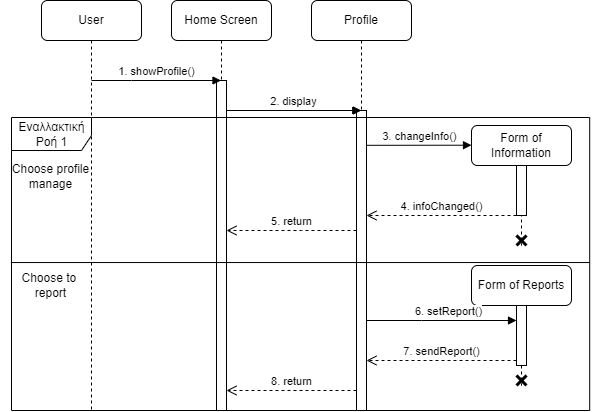
Before: Sequence Diagrams/Images/sequence profile.drawio.png, a diagram exported from draw.io (DamiMikonos/Software-Engineering). Source tidied: cells renumbered, new cells last; positions are measured from the earlier drawing's top-left corner, leaving out a move shared by most shapes. The source it was exported from:
```xml
<mxGraphModel>
  <root>
    <mxCell id="0" />
    <mxCell id="1" parent="0" />
    <mxCell id="2" value="User" style="shape=umlLifeline;perimeter=lifelinePerimeter;whiteSpace=wrap;html=1;newEdgeStyle={&quot;edgeStyle&quot;:&quot;elbowEdgeStyle&quot;,&quot;elbow&quot;:&quot;vertical&quot;,&quot;curved&quot;:0,&quot;rounded&quot;:0};rounded=1;" parent="1" vertex="1">
      <mxGeometry x="41" width="100" height="410" as="geometry" />
    </mxCell>
    <mxCell id="3" value="Home Screen" style="shape=umlLifeline;perimeter=lifelinePerimeter;whiteSpace=wrap;html=1;outlineConnect=0;portConstraint=eastwest;newEdgeStyle={&quot;edgeStyle&quot;:&quot;elbowEdgeStyle&quot;,&quot;elbow&quot;:&quot;vertical&quot;,&quot;curved&quot;:0,&quot;rounded&quot;:0};rounded=1;" parent="1" vertex="1">
      <mxGeometry x="171" width="100" height="410" as="geometry" />
    </mxCell>
    <mxCell id="4" style="html=1;points=[];perimeter=orthogonalPerimeter;outlineConnect=0;targetShapes=umlLifeline;portConstraint=eastwest;newEdgeStyle={&quot;edgeStyle&quot;:&quot;elbowEdgeStyle&quot;,&quot;elbow&quot;:&quot;vertical&quot;,&quot;curved&quot;:0,&quot;rounded&quot;:0};" parent="3" vertex="1">
      <mxGeometry x="45" y="80" width="10" height="330" as="geometry" />
    </mxCell>
    <mxCell id="5" value="Profile" style="shape=umlLifeline;perimeter=lifelinePerimeter;whiteSpace=wrap;html=1;outlineConnect=0;portConstraint=eastwest;newEdgeStyle={&quot;edgeStyle&quot;:&quot;elbowEdgeStyle&quot;,&quot;elbow&quot;:&quot;vertical&quot;,&quot;curved&quot;:0,&quot;rounded&quot;:0};rounded=1;" parent="1" vertex="1">
      <mxGeometry x="311" width="100" height="410" as="geometry" />
    </mxCell>
    <mxCell id="6" style="html=1;points=[];perimeter=orthogonalPerimeter;outlineConnect=0;targetShapes=umlLifeline;portConstraint=eastwest;newEdgeStyle={&quot;edgeStyle&quot;:&quot;elbowEdgeStyle&quot;,&quot;elbow&quot;:&quot;vertical&quot;,&quot;curved&quot;:0,&quot;rounded&quot;:0};" parent="5" vertex="1">
      <mxGeometry x="45" y="110" width="10" height="300" as="geometry" />
    </mxCell>
    <mxCell id="7" value="1. showProfile()" style="html=1;verticalAlign=bottom;endArrow=block;edgeStyle=elbowEdgeStyle;elbow=vertical;curved=0;rounded=0;" parent="1" edge="1" target="3">
      <mxGeometry relative="1" as="geometry">
        <mxPoint x="91" y="80" as="sourcePoint" />
      </mxGeometry>
    </mxCell>
    <mxCell id="8" value="2. display" style="html=1;verticalAlign=bottom;endArrow=block;edgeStyle=elbowEdgeStyle;elbow=vertical;curved=0;rounded=0;" parent="1" edge="1" source="4" target="5">
      <mxGeometry relative="1" as="geometry">
        <Array as="points">
          <mxPoint x="261" y="110" />
        </Array>
      </mxGeometry>
    </mxCell>
    <mxCell id="9" value="3. changeInfo()" style="html=1;verticalAlign=bottom;endArrow=block;edgeStyle=elbowEdgeStyle;elbow=vertical;curved=0;rounded=0;" parent="1" edge="1">
      <mxGeometry relative="1" as="geometry">
        <mxPoint x="366" y="144.8" as="sourcePoint" />
        <mxPoint x="471" y="145" as="targetPoint" />
      </mxGeometry>
    </mxCell>
    <mxCell id="10" value="Form of Information" style="shape=umlLifeline;perimeter=lifelinePerimeter;whiteSpace=wrap;html=1;newEdgeStyle={&quot;edgeStyle&quot;:&quot;elbowEdgeStyle&quot;,&quot;elbow&quot;:&quot;vertical&quot;,&quot;curved&quot;:0,&quot;rounded&quot;:0};rounded=1;" parent="1" vertex="1">
      <mxGeometry x="471" y="125" width="100" height="120" as="geometry" />
    </mxCell>
    <mxCell id="11" style="html=1;points=[];perimeter=orthogonalPerimeter;outlineConnect=0;targetShapes=umlLifeline;portConstraint=eastwest;newEdgeStyle={&quot;edgeStyle&quot;:&quot;elbowEdgeStyle&quot;,&quot;elbow&quot;:&quot;vertical&quot;,&quot;curved&quot;:0,&quot;rounded&quot;:0};" parent="10" vertex="1">
      <mxGeometry x="45" y="40" width="10" height="50" as="geometry" />
    </mxCell>
    <mxCell id="12" style="shape=umlDestroy;whiteSpace=wrap;html=1;strokeWidth=3;targetShapes=umlLifeline;" parent="10" vertex="1">
      <mxGeometry x="45" y="110" width="10" height="10" as="geometry" />
    </mxCell>
    <mxCell id="13" value="4. infoChanged()" style="html=1;verticalAlign=bottom;endArrow=open;dashed=1;endSize=8;edgeStyle=elbowEdgeStyle;elbow=vertical;curved=0;rounded=0;" parent="1" edge="1" source="11">
      <mxGeometry relative="1" as="geometry">
        <mxPoint x="366" y="215" as="targetPoint" />
        <Array as="points">
          <mxPoint x="481" y="215" />
        </Array>
      </mxGeometry>
    </mxCell>
    <mxCell id="14" value="5. return" style="html=1;verticalAlign=bottom;endArrow=open;dashed=1;endSize=8;edgeStyle=elbowEdgeStyle;elbow=vertical;curved=0;rounded=0;" parent="1" edge="1" source="6" target="4">
      <mxGeometry relative="1" as="geometry">
        <Array as="points">
          <mxPoint x="301" y="230" />
        </Array>
      </mxGeometry>
    </mxCell>
    <mxCell id="15" value="Εναλλακτική Ροή 1" style="shape=umlFrame;whiteSpace=wrap;html=1;width=80;height=33;" parent="1" vertex="1">
      <mxGeometry x="11" y="117" width="578.2" height="293" as="geometry" />
    </mxCell>
    <mxCell id="16" style="endArrow=none;html=1;rounded=0;exitX=-0.001;exitY=0.495;exitDx=0;exitDy=0;exitPerimeter=0;entryX=1;entryY=0.495;entryDx=0;entryDy=0;entryPerimeter=0;" parent="1" edge="1" source="15" target="15">
      <mxGeometry relative="1" as="geometry" />
    </mxCell>
    <mxCell id="17" value="Choose profile&lt;br&gt;manage" style="text;html=1;align=center;verticalAlign=middle;strokeColor=none;fillColor=none;" parent="1" vertex="1">
      <mxGeometry y="156" width="100" height="40" as="geometry" />
    </mxCell>
    <mxCell id="18" value="Choose to&amp;nbsp;&lt;br&gt;report" style="text;html=1;align=center;verticalAlign=middle;strokeColor=none;fillColor=none;" parent="1" vertex="1">
      <mxGeometry x="10" y="265" width="80" height="40" as="geometry" />
    </mxCell>
    <mxCell id="19" value="2. display" style="html=1;verticalAlign=bottom;endArrow=block;edgeStyle=elbowEdgeStyle;elbow=vertical;curved=0;rounded=0;" parent="1" edge="1" source="4" target="5">
      <mxGeometry relative="1" as="geometry">
        <Array as="points">
          <mxPoint x="301" y="110" />
          <mxPoint x="261" y="110" />
        </Array>
      </mxGeometry>
    </mxCell>
    <mxCell id="20" value="Form of Reports" style="shape=umlLifeline;perimeter=lifelinePerimeter;whiteSpace=wrap;html=1;newEdgeStyle={&quot;edgeStyle&quot;:&quot;elbowEdgeStyle&quot;,&quot;elbow&quot;:&quot;vertical&quot;,&quot;curved&quot;:0,&quot;rounded&quot;:0};rounded=1;" parent="1" vertex="1">
      <mxGeometry x="471" y="265" width="100" height="120" as="geometry" />
    </mxCell>
    <mxCell id="21" style="html=1;points=[];perimeter=orthogonalPerimeter;outlineConnect=0;targetShapes=umlLifeline;portConstraint=eastwest;newEdgeStyle={&quot;edgeStyle&quot;:&quot;elbowEdgeStyle&quot;,&quot;elbow&quot;:&quot;vertical&quot;,&quot;curved&quot;:0,&quot;rounded&quot;:0};" parent="20" vertex="1">
      <mxGeometry x="45" y="40" width="10" height="60" as="geometry" />
    </mxCell>
    <mxCell id="22" style="shape=umlDestroy;whiteSpace=wrap;html=1;strokeWidth=3;targetShapes=umlLifeline;" parent="20" vertex="1">
      <mxGeometry x="45" y="110" width="10" height="10" as="geometry" />
    </mxCell>
    <mxCell id="23" value="6. setReport()" style="html=1;verticalAlign=bottom;endArrow=block;edgeStyle=elbowEdgeStyle;elbow=vertical;curved=0;rounded=0;" parent="1" edge="1" source="6" target="21">
      <mxGeometry x="0.1" relative="1" as="geometry">
        <Array as="points">
          <mxPoint x="421" y="320" />
        </Array>
      </mxGeometry>
    </mxCell>
    <mxCell id="24" value="7. sendReport()" style="html=1;verticalAlign=bottom;endArrow=open;dashed=1;endSize=8;edgeStyle=elbowEdgeStyle;elbow=vertical;curved=0;rounded=0;" parent="1" edge="1" source="21" target="6">
      <mxGeometry relative="1" as="geometry">
        <Array as="points">
          <mxPoint x="441" y="360" />
        </Array>
      </mxGeometry>
    </mxCell>
    <mxCell id="25" value="8. return" style="html=1;verticalAlign=bottom;endArrow=open;dashed=1;endSize=8;edgeStyle=elbowEdgeStyle;elbow=vertical;curved=0;rounded=0;" parent="1" edge="1" source="6" target="4">
      <mxGeometry relative="1" as="geometry">
        <Array as="points">
          <mxPoint x="311" y="390" />
          <mxPoint x="301" y="230" />
        </Array>
      </mxGeometry>
    </mxCell>
  </root>
</mxGraphModel>
```
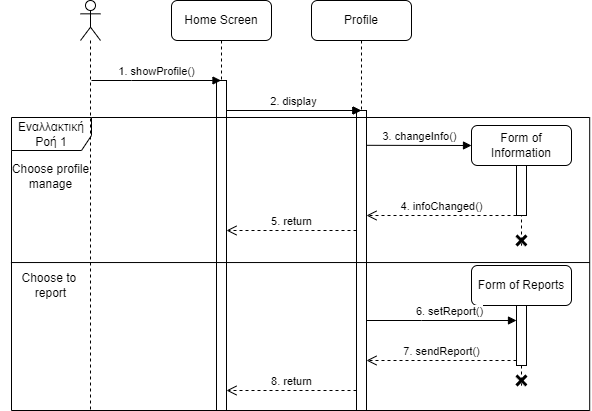
After the commit.

Change to the diagram source:
```diff
@@ -2,9 +2,6 @@
   <root>
     <mxCell id="0" />
     <mxCell id="1" parent="0" />
-    <mxCell id="2" value="User" style="shape=umlLifeline;perimeter=lifelinePerimeter;whiteSpace=wrap;html=1;newEdgeStyle={&quot;edgeStyle&quot;:&quot;elbowEdgeStyle&quot;,&quot;elbow&quot;:&quot;vertical&quot;,&quot;curved&quot;:0,&quot;rounded&quot;:0};rounded=1;" parent="1" vertex="1">
-      <mxGeometry x="41" width="100" height="410" as="geometry" />
-    </mxCell>
     <mxCell id="3" value="Home Screen" style="shape=umlLifeline;perimeter=lifelinePerimeter;whiteSpace=wrap;html=1;outlineConnect=0;portConstraint=eastwest;newEdgeStyle={&quot;edgeStyle&quot;:&quot;elbowEdgeStyle&quot;,&quot;elbow&quot;:&quot;vertical&quot;,&quot;curved&quot;:0,&quot;rounded&quot;:0};rounded=1;" parent="1" vertex="1">
       <mxGeometry x="171" width="100" height="410" as="geometry" />
     </mxCell>
@@ -110,5 +107,8 @@
         </Array>
       </mxGeometry>
     </mxCell>
+    <mxCell id="26" style="shape=umlLifeline;perimeter=lifelinePerimeter;whiteSpace=wrap;html=1;newEdgeStyle={&quot;edgeStyle&quot;:&quot;elbowEdgeStyle&quot;,&quot;elbow&quot;:&quot;vertical&quot;,&quot;curved&quot;:0,&quot;rounded&quot;:0};participant=umlActor;" parent="1" vertex="1">
+      <mxGeometry x="80" width="20" height="409" as="geometry" />
+    </mxCell>
   </root>
 </mxGraphModel>
```
